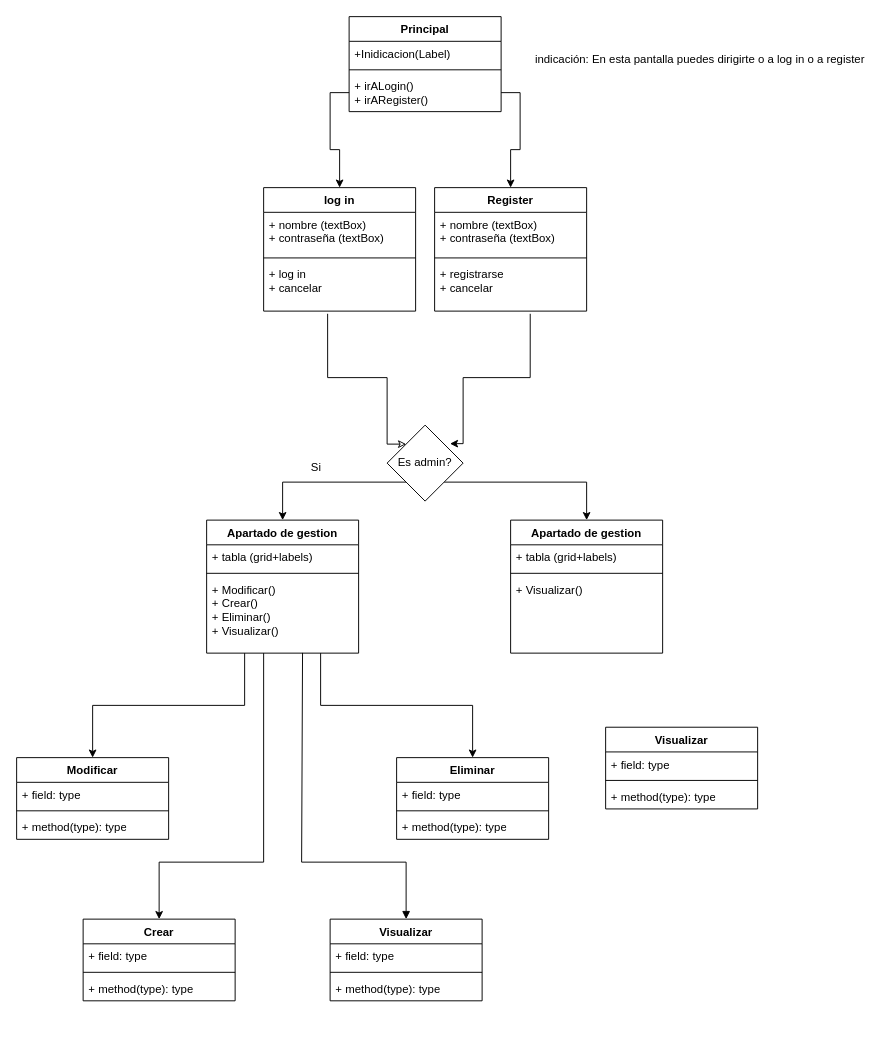
Angel-L-G/Angel_DAD keeps this draw.io diagram as Diagrama/GestorDeContenido.drawio. Above is the earlier version. Source tidied: cells renumbered, new cells numbered last; positions are measured from the earlier drawing's top-left corner, leaving out a move shared by most shapes. Both pictures are drawn from the tidied source at 95%, with x=0, y=0 at pixel (16, 16).
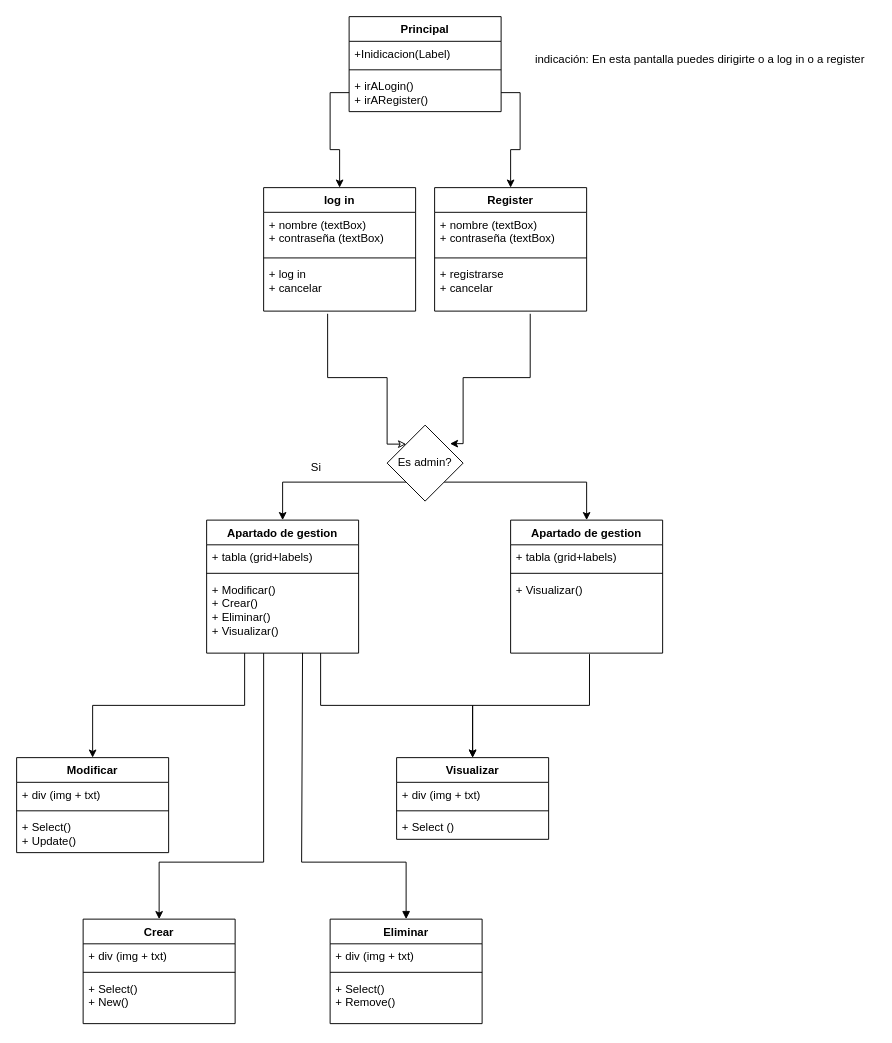
After the change.

Unchanged cells that the change refers to:
```xml
<mxCell id="49" value="+ Visualizar()" style="text;strokeColor=none;fillColor=none;align=left;verticalAlign=top;spacingLeft=4;spacingRight=4;overflow=hidden;points=[[0,0.5],[1,0.5]];portConstraint=eastwest;whiteSpace=wrap;html=1;" parent="46" vertex="1">
  <mxGeometry y="60" width="160" height="80" as="geometry" />
</mxCell>
```

The edit, as a diff of the source:
```diff
@@
     <mxCell id="26" value="Modificar" style="swimlane;fontStyle=1;align=center;verticalAlign=top;horizontal=1;startSize=26;whiteSpace=wrap;html=1;" parent="1" vertex="1">
-      <mxGeometry y="780" width="160" height="86" as="geometry" />
+      <mxGeometry y="780" width="160" height="100" as="geometry" />
     </mxCell>
-    <mxCell id="27" value="+ field: type" style="text;strokeColor=none;fillColor=none;align=left;verticalAlign=top;spacingLeft=4;spacingRight=4;overflow=hidden;whiteSpace=wrap;html=1;" parent="26" vertex="1">
+    <mxCell id="27" value="+ div (img + txt)" style="text;strokeColor=none;fillColor=none;align=left;verticalAlign=top;spacingLeft=4;spacingRight=4;overflow=hidden;whiteSpace=wrap;html=1;" parent="26" vertex="1">
       <mxGeometry y="26" width="160" height="26" as="geometry" />
     </mxCell>
@@
-    <mxCell id="29" value="+ method(type): type" style="text;strokeColor=none;fillColor=none;align=left;verticalAlign=top;spacingLeft=4;spacingRight=4;overflow=hidden;whiteSpace=wrap;html=1;" parent="26" vertex="1">
-      <mxGeometry y="60" width="160" height="26" as="geometry" />
+    <mxCell id="29" value="+ Select()&lt;br&gt;+ Update()" style="text;strokeColor=none;fillColor=none;align=left;verticalAlign=top;spacingLeft=4;spacingRight=4;overflow=hidden;whiteSpace=wrap;html=1;" parent="26" vertex="1">
+      <mxGeometry y="60" width="160" height="40" as="geometry" />
     </mxCell>
-    <mxCell id="30" value="Eliminar" style="swimlane;fontStyle=1;align=center;verticalAlign=top;horizontal=1;startSize=26;whiteSpace=wrap;html=1;" parent="1" vertex="1">
+    <mxCell id="30" value="Visualizar" style="swimlane;fontStyle=1;align=center;verticalAlign=top;horizontal=1;startSize=26;whiteSpace=wrap;html=1;" parent="1" vertex="1">
       <mxGeometry x="400" y="780" width="160" height="86" as="geometry" />
     </mxCell>
-    <mxCell id="31" value="+ field: type" style="text;strokeColor=none;fillColor=none;align=left;verticalAlign=top;spacingLeft=4;spacingRight=4;overflow=hidden;whiteSpace=wrap;html=1;" parent="30" vertex="1">
+    <mxCell id="31" value="+ div (img + txt)" style="text;strokeColor=none;fillColor=none;align=left;verticalAlign=top;spacingLeft=4;spacingRight=4;overflow=hidden;whiteSpace=wrap;html=1;" parent="30" vertex="1">
       <mxGeometry y="26" width="160" height="26" as="geometry" />
     </mxCell>
@@
-    <mxCell id="33" value="+ method(type): type" style="text;strokeColor=none;fillColor=none;align=left;verticalAlign=top;spacingLeft=4;spacingRight=4;overflow=hidden;whiteSpace=wrap;html=1;" parent="30" vertex="1">
+    <mxCell id="33" value="+ Select ()" style="text;strokeColor=none;fillColor=none;align=left;verticalAlign=top;spacingLeft=4;spacingRight=4;overflow=hidden;whiteSpace=wrap;html=1;" parent="30" vertex="1">
       <mxGeometry y="60" width="160" height="26" as="geometry" />
     </mxCell>
-    <mxCell id="34" value="Visualizar" style="swimlane;fontStyle=1;align=center;verticalAlign=top;horizontal=1;startSize=26;whiteSpace=wrap;html=1;" parent="1" vertex="1">
-      <mxGeometry x="620" y="748" width="160" height="86" as="geometry" />
-    </mxCell>
-    <mxCell id="35" value="+ field: type" style="text;strokeColor=none;fillColor=none;align=left;verticalAlign=top;spacingLeft=4;spacingRight=4;overflow=hidden;whiteSpace=wrap;html=1;" parent="34" vertex="1">
-      <mxGeometry y="26" width="160" height="26" as="geometry" />
-    </mxCell>
-    <mxCell id="36" style="line;strokeWidth=1;fillColor=none;align=left;verticalAlign=middle;spacingTop=-1;spacingLeft=3;spacingRight=3;labelPosition=right;strokeColor=inherit;" parent="34" vertex="1">
-      <mxGeometry y="52" width="160" height="8" as="geometry" />
-    </mxCell>
-    <mxCell id="37" value="+ method(type): type" style="text;strokeColor=none;fillColor=none;align=left;verticalAlign=top;spacingLeft=4;spacingRight=4;overflow=hidden;whiteSpace=wrap;html=1;" parent="34" vertex="1">
-      <mxGeometry y="60" width="160" height="26" as="geometry" />
-    </mxCell>
     <mxCell id="38" value="Crear" style="swimlane;fontStyle=1;align=center;verticalAlign=top;horizontal=1;startSize=26;whiteSpace=wrap;html=1;" parent="1" vertex="1">
-      <mxGeometry x="70" y="950" width="160" height="86" as="geometry" />
+      <mxGeometry x="70" y="950" width="160" height="110" as="geometry" />
     </mxCell>
-    <mxCell id="39" value="+ field: type" style="text;strokeColor=none;fillColor=none;align=left;verticalAlign=top;spacingLeft=4;spacingRight=4;overflow=hidden;whiteSpace=wrap;html=1;" parent="38" vertex="1">
+    <mxCell id="39" value="+ div (img + txt)" style="text;strokeColor=none;fillColor=none;align=left;verticalAlign=top;spacingLeft=4;spacingRight=4;overflow=hidden;whiteSpace=wrap;html=1;" parent="38" vertex="1">
       <mxGeometry y="26" width="160" height="26" as="geometry" />
     </mxCell>
@@
-    <mxCell id="41" value="+ method(type): type" style="text;strokeColor=none;fillColor=none;align=left;verticalAlign=top;spacingLeft=4;spacingRight=4;overflow=hidden;whiteSpace=wrap;html=1;" parent="38" vertex="1">
-      <mxGeometry y="60" width="160" height="26" as="geometry" />
+    <mxCell id="41" value="+ Select()&lt;br&gt;+ New()" style="text;strokeColor=none;fillColor=none;align=left;verticalAlign=top;spacingLeft=4;spacingRight=4;overflow=hidden;whiteSpace=wrap;html=1;" parent="38" vertex="1">
+      <mxGeometry y="60" width="160" height="50" as="geometry" />
     </mxCell>
@@
-    <mxCell id="50" value="Visualizar" style="swimlane;fontStyle=1;align=center;verticalAlign=top;horizontal=1;startSize=26;whiteSpace=wrap;html=1;" parent="1" vertex="1">
-      <mxGeometry x="330" y="950" width="160" height="86" as="geometry" />
+    <mxCell id="50" value="Eliminar" style="swimlane;fontStyle=1;align=center;verticalAlign=top;horizontal=1;startSize=26;whiteSpace=wrap;html=1;" parent="1" vertex="1">
+      <mxGeometry x="330" y="950" width="160" height="110" as="geometry" />
     </mxCell>
-    <mxCell id="51" value="+ field: type" style="text;strokeColor=none;fillColor=none;align=left;verticalAlign=top;spacingLeft=4;spacingRight=4;overflow=hidden;whiteSpace=wrap;html=1;" parent="50" vertex="1">
+    <mxCell id="51" value="+ div (img + txt)" style="text;strokeColor=none;fillColor=none;align=left;verticalAlign=top;spacingLeft=4;spacingRight=4;overflow=hidden;whiteSpace=wrap;html=1;" parent="50" vertex="1">
       <mxGeometry y="26" width="160" height="26" as="geometry" />
     </mxCell>
@@
-    <mxCell id="53" value="+ method(type): type" style="text;strokeColor=none;fillColor=none;align=left;verticalAlign=top;spacingLeft=4;spacingRight=4;overflow=hidden;whiteSpace=wrap;html=1;" parent="50" vertex="1">
-      <mxGeometry y="60" width="160" height="26" as="geometry" />
+    <mxCell id="53" value="+ Select()&lt;br&gt;+ Remove()" style="text;strokeColor=none;fillColor=none;align=left;verticalAlign=top;spacingLeft=4;spacingRight=4;overflow=hidden;whiteSpace=wrap;html=1;" parent="50" vertex="1">
+      <mxGeometry y="60" width="160" height="50" as="geometry" />
     </mxCell>
@@
+    <mxCell id="55" style="edgeStyle=orthogonalEdgeStyle;rounded=0;jettySize=auto;html=1;entryX=0.519;entryY=1.013;entryDx=0;entryDy=0;entryPerimeter=0;startArrow=classic;startFill=1;endArrow=none;endFill=0;" parent="1" edge="1" source="30" target="49">
+      <mxGeometry relative="1" as="geometry" />
+    </mxCell>
```
